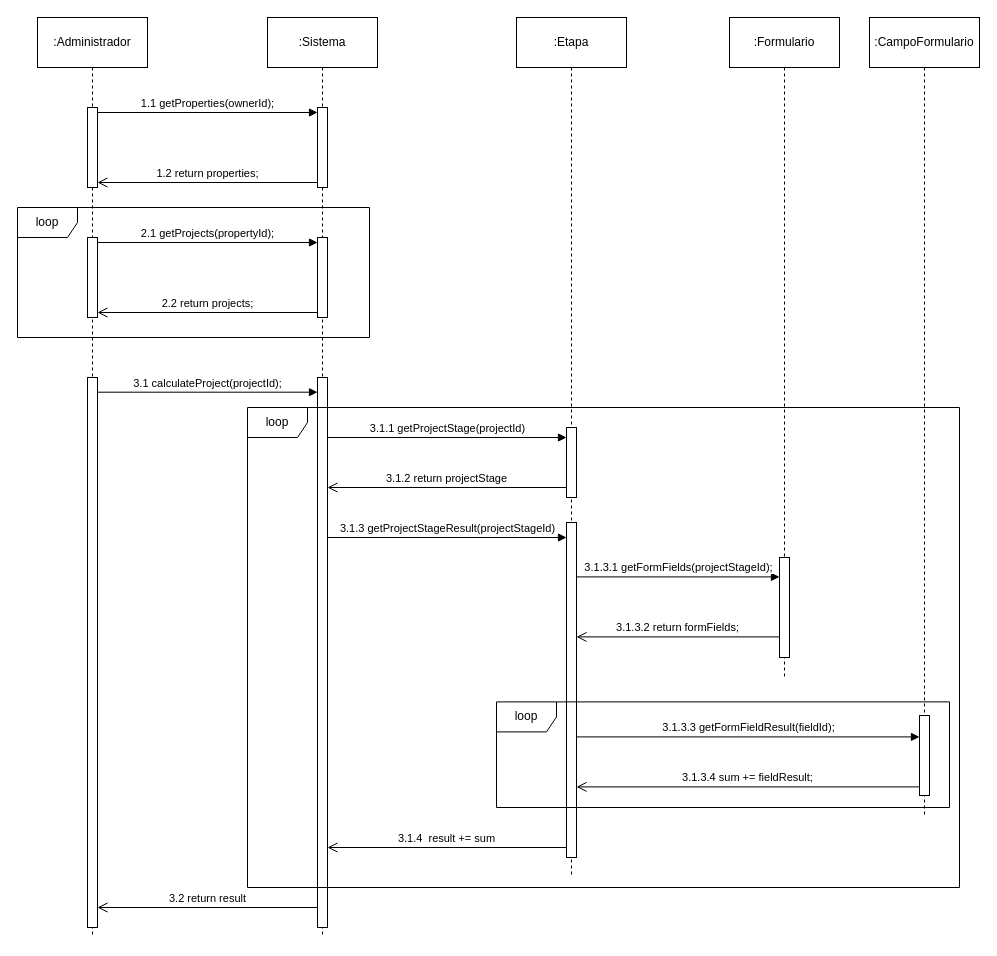
This is Trabalho final/5 - DSS/6 - Calcular resultados.drawio from ViniciusKurek/CalculadoraAPS, a draw.io file, before an edit. Source tidied: cells renumbered, new cells numbered last; positions are measured from the earlier drawing's top-left corner, leaving out a move shared by most shapes. Both pictures are drawn from the tidied source at 100%, with x=0, y=0 at pixel (17, 17).
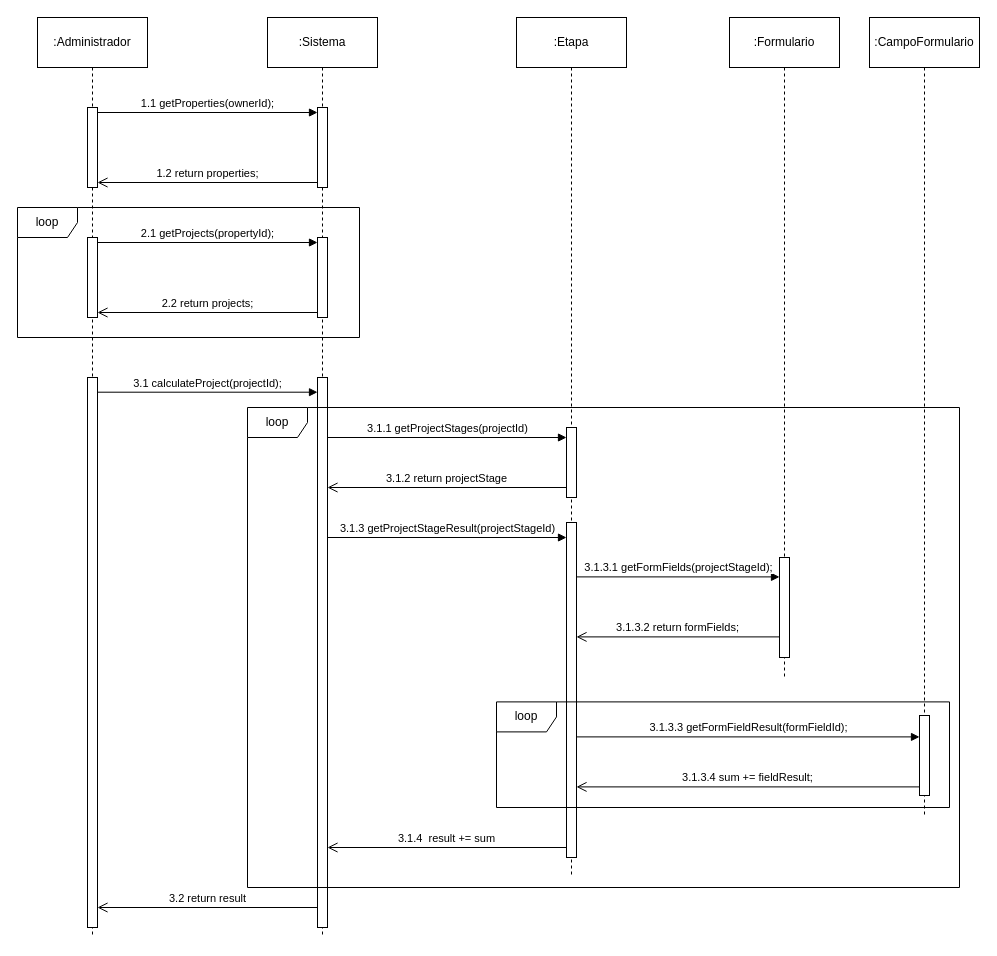
After the change.

Unchanged cells that the change refers to:
```xml
<mxCell id="23" style="html=1;points=[[0,0,0,0,5],[0,1,0,0,-5],[1,0,0,0,5],[1,1,0,0,-5]];perimeter=orthogonalPerimeter;outlineConnect=0;targetShapes=umlLifeline;portConstraint=eastwest;newEdgeStyle={&quot;curved&quot;:0,&quot;rounded&quot;:0};" parent="1" vertex="1">
  <mxGeometry x="549" y="410" width="10" height="70" as="geometry" />
</mxCell>
<mxCell id="37" style="html=1;points=[[0,0,0,0,5],[0,1,0,0,-5],[1,0,0,0,5],[1,1,0,0,-5]];perimeter=orthogonalPerimeter;outlineConnect=0;targetShapes=umlLifeline;portConstraint=eastwest;newEdgeStyle={&quot;curved&quot;:0,&quot;rounded&quot;:0};" parent="1" vertex="1">
  <mxGeometry x="902" y="698" width="10" height="80" as="geometry" />
</mxCell>
```

What changed in the source:
```diff
@@
-    <mxCell id="18" value="3.1.3.3 getFormFieldResult(fieldId);" style="html=1;verticalAlign=bottom;endArrow=block;curved=0;rounded=0;exitX=1;exitY=0;exitDx=0;exitDy=5;exitPerimeter=0;" parent="1" edge="1" target="37">
+    <mxCell id="18" value="3.1.3.3 getFormFieldResult(formFieldId);" style="html=1;verticalAlign=bottom;endArrow=block;curved=0;rounded=0;exitX=1;exitY=0;exitDx=0;exitDy=5;exitPerimeter=0;" parent="1" edge="1" target="37">
       <mxGeometry relative="1" as="geometry">
         <mxPoint x="559" y="719.4" as="sourcePoint" />
       </mxGeometry>
     </mxCell>
@@
-    <mxCell id="24" value="3.1.1 getProjectStage(projectId)" style="html=1;verticalAlign=bottom;endArrow=block;curved=0;rounded=0;exitX=1;exitY=0;exitDx=0;exitDy=5;exitPerimeter=0;" parent="1" edge="1" target="23">
+    <mxCell id="24" value="3.1.1 getProjectStages(projectId)" style="html=1;verticalAlign=bottom;endArrow=block;curved=0;rounded=0;exitX=1;exitY=0;exitDx=0;exitDy=5;exitPerimeter=0;" parent="1" edge="1" target="23">
       <mxGeometry relative="1" as="geometry">
         <mxPoint x="310" y="420" as="sourcePoint" />
       </mxGeometry>
     </mxCell>
@@
     <mxCell id="32" value="loop" style="shape=umlFrame;whiteSpace=wrap;html=1;" parent="1" vertex="1">
-      <mxGeometry y="190" width="352" height="130" as="geometry" />
+      <mxGeometry y="190" width="342" height="130" as="geometry" />
     </mxCell>
```
